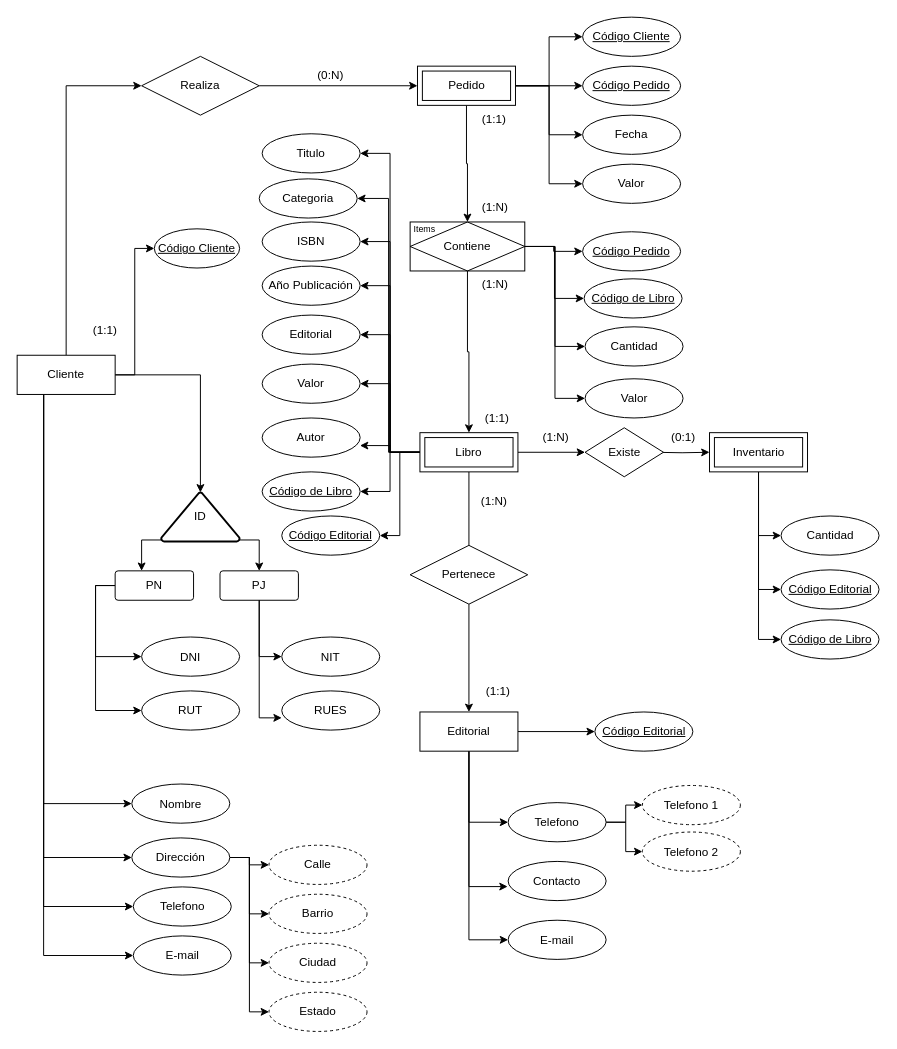
Earlier version of the draw.io diagram modelo.drawio (Starleen1996/Modelado_Datos). Source tidied: cells renumbered, new cells numbered last; positions are measured from the earlier drawing's top-left corner, leaving out a move shared by most shapes. Both pictures are drawn from the tidied source at 98%, with x=0, y=0 at pixel (17, 17).
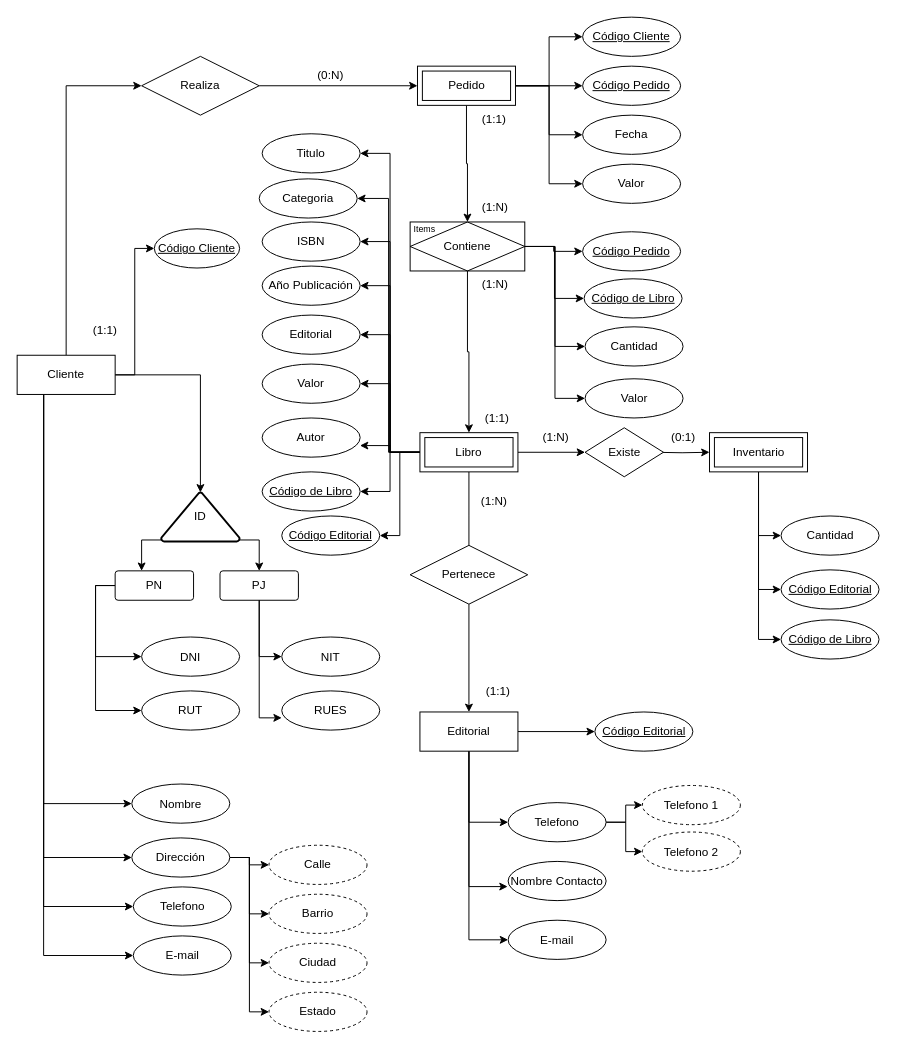
After the change.

What changed in the source:
```diff
@@
-    <mxCell id="76" value="Contacto" style="ellipse;whiteSpace=wrap;html=1;align=center;" parent="1" vertex="1">
+    <mxCell id="76" value="Nombre Contacto" style="ellipse;whiteSpace=wrap;html=1;align=center;" parent="1" vertex="1">
       <mxGeometry x="501" y="861.5" width="100" height="40" as="geometry" />
     </mxCell>
```
